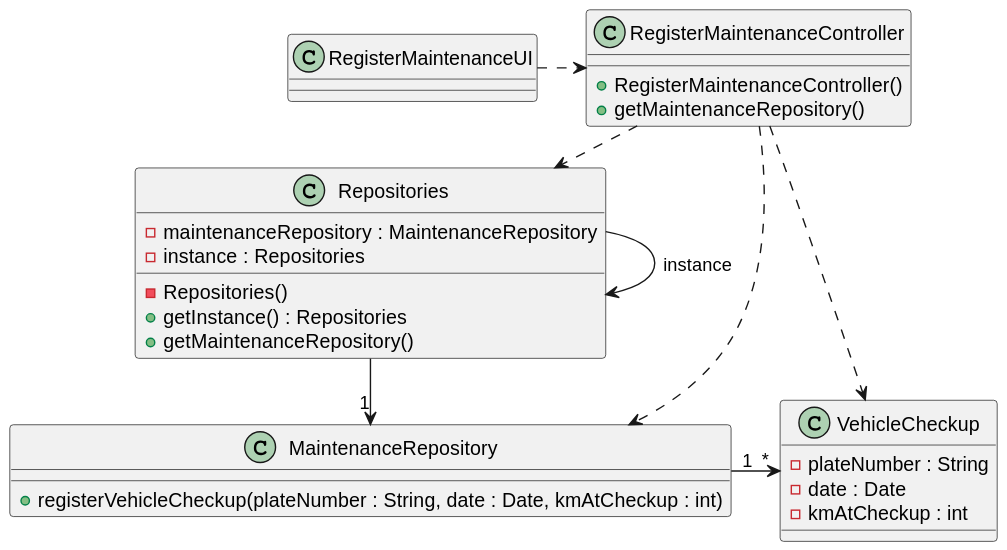
Before: docs/sprintB/us007/03.design/svg/us007-class-diagram.svg, a diagram exported from PlantUML (ricardomm7/leaflink). Its diagram source:
```plantuml
@startuml
skinparam shadowing false
skinparam line type polyline


class VehicleCheckup {
    - plateNumber : String
    - date : Date
    - kmAtCheckup : int
}


class MaintenanceRepository {
    + registerVehicleCheckup(plateNumber : String, date : Date, kmAtCheckup : int)
}

class Repositories {
-maintenanceRepository : MaintenanceRepository
        - instance : Repositories
        - Repositories()
    + getInstance() : Repositories
    + getMaintenanceRepository()
}

class RegisterMaintenanceController {
    + RegisterMaintenanceController()
    + getMaintenanceRepository()
}

class RegisterMaintenanceUI {
}

Repositories -> Repositories : instance

RegisterMaintenanceUI .> RegisterMaintenanceController

RegisterMaintenanceController .> Repositories

RegisterMaintenanceController ..> MaintenanceRepository

Repositories -> "1" MaintenanceRepository

MaintenanceRepository "1" -> "*" VehicleCheckup


RegisterMaintenanceController ..> VehicleCheckup
@enduml
```
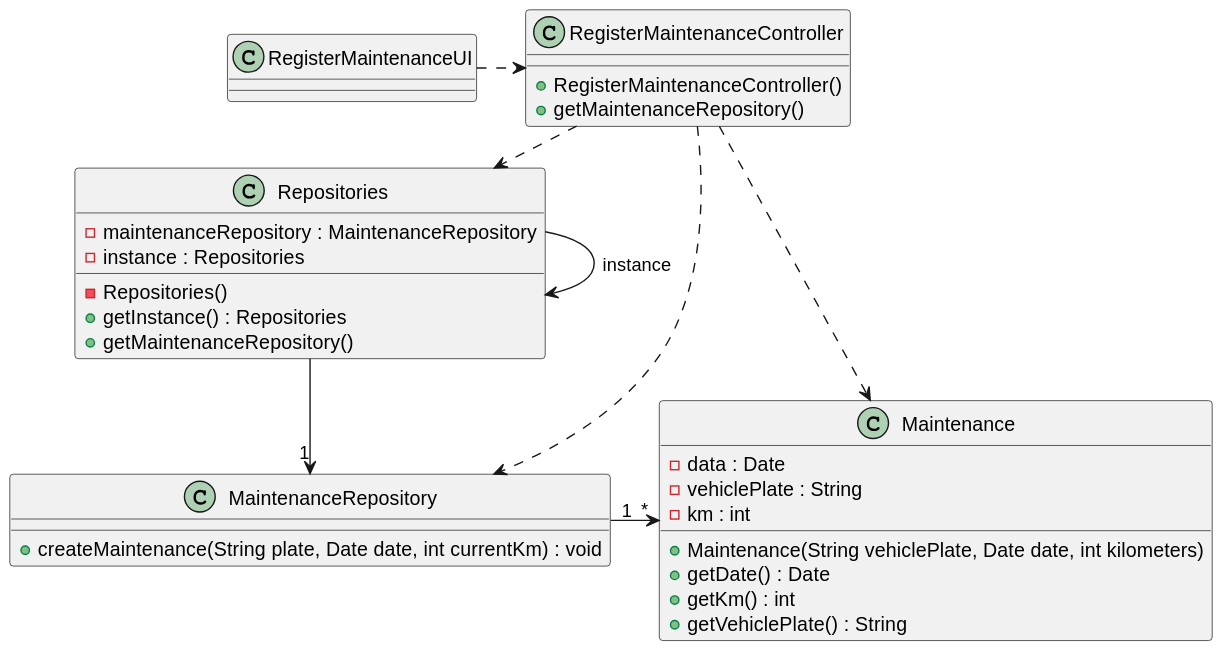
The same diagram one commit later.

Diff of the diagram source:
```diff
@@ -3,15 +3,20 @@
 skinparam line type polyline
 
 
-class VehicleCheckup {
-    - plateNumber : String
-    - date : Date
-    - kmAtCheckup : int
+class Maintenance {
+    - data : Date
+    - vehiclePlate : String
+    - km : int
+
+    + Maintenance(String vehiclePlate, Date date, int kilometers)
+    + getDate() : Date
+    + getKm() : int
+    + getVehiclePlate() : String
 }
 
 
 class MaintenanceRepository {
-    + registerVehicleCheckup(plateNumber : String, date : Date, kmAtCheckup : int)
+    + createMaintenance(String plate, Date date, int currentKm) : void
 }
 
 class Repositories {
@@ -40,8 +45,8 @@
 
 Repositories -> "1" MaintenanceRepository
 
-MaintenanceRepository "1" -> "*" VehicleCheckup
+MaintenanceRepository "1" -> "*" Maintenance
 
 
-RegisterMaintenanceController ..> VehicleCheckup
+RegisterMaintenanceController ..> Maintenance
 @enduml
```
